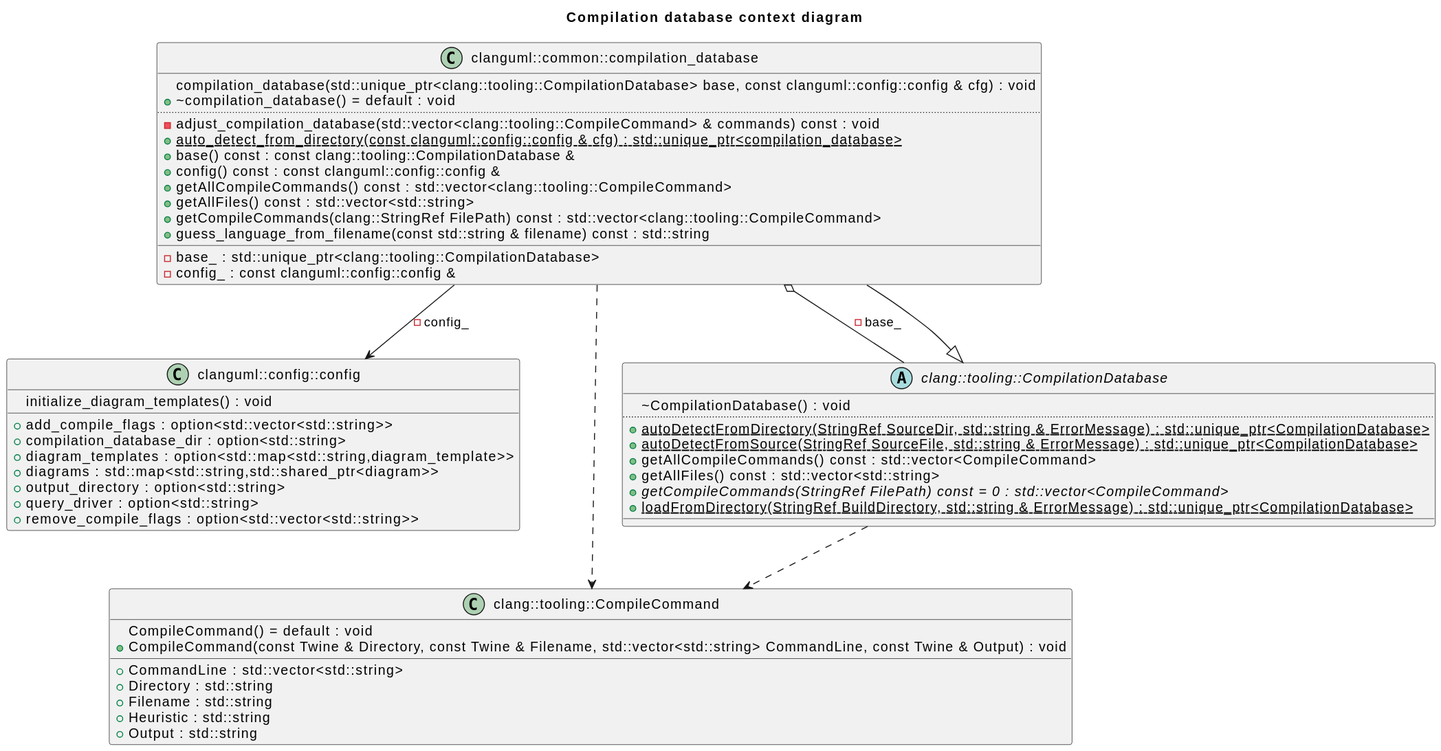
This is clang-uml/diagrams/compilation_database_context_class.svg from bkryza/clang-uml-examples, a PlantUML export, as it was before one commit.
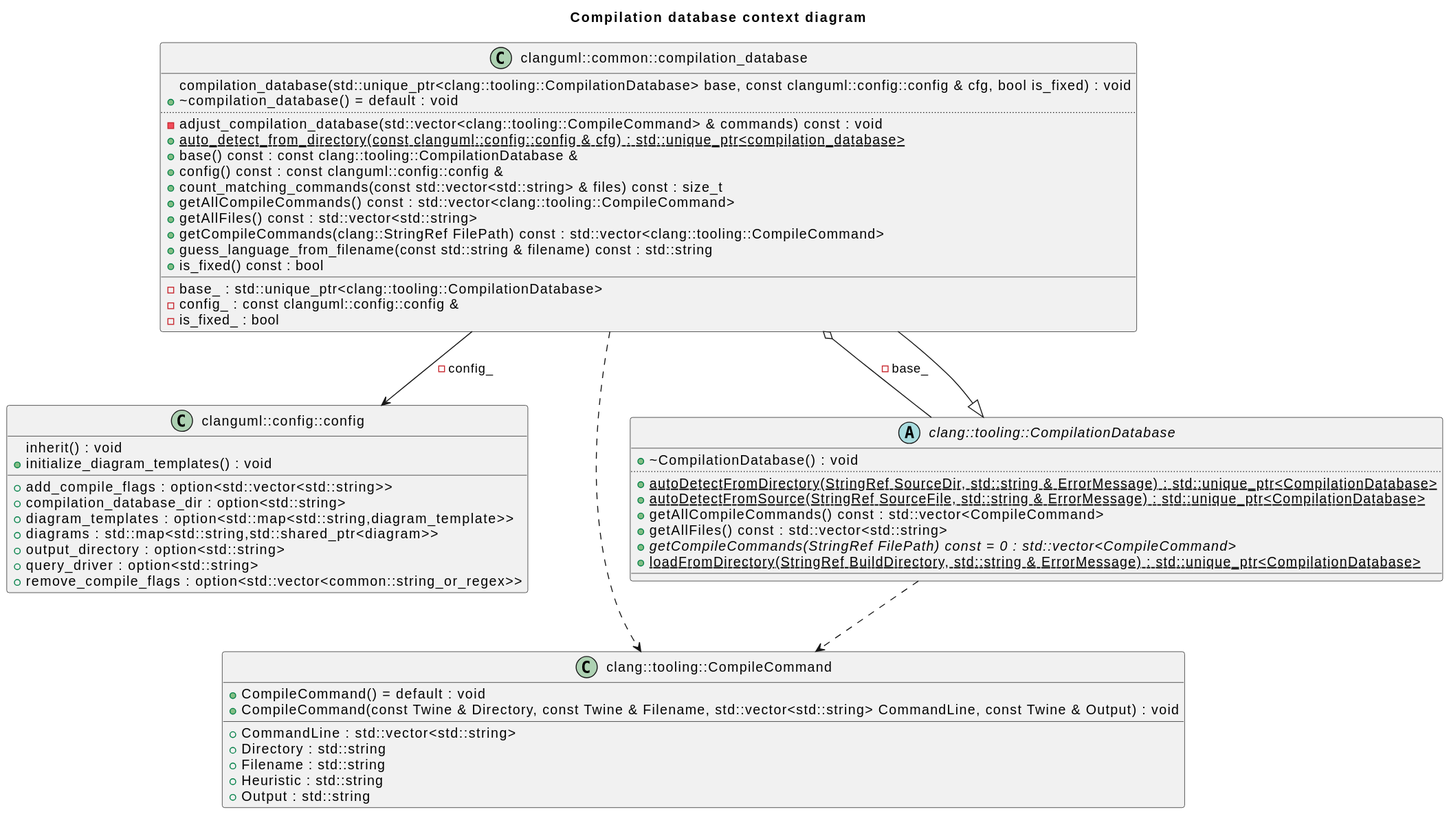
After the change.

Change to the diagram source:
```diff
@@ -1,24 +1,28 @@
 @startuml
 title Compilation database context diagram
-class "clanguml::common::compilation_database" as C_0000597104457503221480
-class C_0000597104457503221480 [[classclanguml_1_1common_1_1compilation__database.html{Custom compilation database class}]] {
-+compilation_database(std::unique_ptr<clang::tooling::CompilationDatabase> base, const clanguml::config::config & cfg) : void [[[{compilation_database}]]]
+class "clanguml::common::compilation_database" as C_0004776835660025771847
+class C_0004776835660025771847 [[classclanguml_1_1common_1_1compilation__database.html{Custom compilation database class}]] {
++compilation_database(std::unique_ptr<clang::tooling::CompilationDatabase> base, const clanguml::config::config & cfg, bool is_fixed) : void [[[{compilation_database}]]]
 +~compilation_database() = default : void [[[{~compilation_database}]]]
 ..
 -adjust_compilation_database(std::vector<clang::tooling::CompileCommand> & commands) const : void [[[{adjust_compilation_database}]]]
 {static} +auto_detect_from_directory(const clanguml::config::config & cfg) : std::unique_ptr<compilation_database> [[[{auto_detect_from_directory}]]]
 +base() const : const clang::tooling::CompilationDatabase & [[[{base}]]]
 +config() const : const clanguml::config::config & [[[{config}]]]
++count_matching_commands(const std::vector<std::string> & files) const : size_t [[[{count_matching_commands}]]]
 +getAllCompileCommands() const : std::vector<clang::tooling::CompileCommand> [[[{getAllCompileCommands}]]]
 +getAllFiles() const : std::vector<std::string> [[[{getAllFiles}]]]
 +getCompileCommands(clang::StringRef FilePath) const : std::vector<clang::tooling::CompileCommand> [[[{getCompileCommands}]]]
 +guess_language_from_filename(const std::string & filename) const : std::string [[[{guess_language_from_filename}]]]
++is_fixed() const : bool [[[{Determines whether this is a fixed or regular compilation  database.}]]]
 __
 -base_ : std::unique_ptr<clang::tooling::CompilationDatabase> [[[{base_}]]]
 -config_ : const clanguml::config::config & [[[{config_}]]]
+-is_fixed_ : bool [[[{is_fixed_}]]]
 }
-class "clanguml::config::config" as C_0000893743909513410599
-class C_0000893743909513410599 [[structclanguml_1_1config_1_1config.html{Represents entire configuration file}]] {
+class "clanguml::config::config" as C_0007149951276107284798
+class C_0007149951276107284798 [[structclanguml_1_1config_1_1config.html{Represents entire configuration file}]] {
++inherit() : void [[[{inherit}]]]
 +initialize_diagram_templates() : void [[[{initialize_diagram_templates}]]]
 __
 +add_compile_flags : option<std::vector<std::string>> [[[{add_compile_flags}]]]
@@ -27,35 +31,35 @@
 +diagrams : std::map<std::string,std::shared_ptr<diagram>> [[[{diagrams}]]]
 +output_directory : option<std::string> [[[{output_directory}]]]
 +query_driver : option<std::string> [[[{query_driver}]]]
-+remove_compile_flags : option<std::vector<std::string>> [[[{remove_compile_flags}]]]
++remove_compile_flags : option<std::vector<common::string_or_regex>> [[[{remove_compile_flags}]]]
 }
-class "clang::tooling::CompileCommand" as C_0001157011696030393919
-class C_0001157011696030393919 [[structclang_1_1tooling_1_1CompileCommand.html{CompileCommand}]] {
-+CompileCommand() = default : void [[[{CompileCommand}]]]
-+CompileCommand(const Twine & Directory, const Twine & Filename, std::vector<std::string> CommandLine, const Twine & Output) : void [[[{CompileCommand}]]]
+class "clang::tooling::CompileCommand" as C_0009256093568243151354
+class C_0009256093568243151354 {
++CompileCommand() = default : void
++CompileCommand(const Twine & Directory, const Twine & Filename, std::vector<std::string> CommandLine, const Twine & Output) : void
 __
-+CommandLine : std::vector<std::string> [[[{CommandLine}]]]
-+Directory : std::string [[[{Directory}]]]
-+Filename : std::string [[[{Filename}]]]
-+Heuristic : std::string [[[{Heuristic}]]]
-+Output : std::string [[[{Output}]]]
++CommandLine : std::vector<std::string>
++Directory : std::string
++Filename : std::string
++Heuristic : std::string
++Output : std::string
 }
-abstract "clang::tooling::CompilationDatabase" as C_0001617832303729071872
-abstract C_0001617832303729071872 [[classclang_1_1tooling_1_1CompilationDatabase.html{CompilationDatabase}]] {
-+~CompilationDatabase() : void [[[{~CompilationDatabase}]]]
+abstract "clang::tooling::CompilationDatabase" as C_0012942658429832574981
+abstract C_0012942658429832574981 {
++~CompilationDatabase() : void
 ..
-{static} +autoDetectFromDirectory(StringRef SourceDir, std::string & ErrorMessage) : std::unique_ptr<CompilationDatabase> [[[{autoDetectFromDirectory}]]]
-{static} +autoDetectFromSource(StringRef SourceFile, std::string & ErrorMessage) : std::unique_ptr<CompilationDatabase> [[[{autoDetectFromSource}]]]
-+getAllCompileCommands() const : std::vector<CompileCommand> [[[{getAllCompileCommands}]]]
-+getAllFiles() const : std::vector<std::string> [[[{getAllFiles}]]]
-{abstract} +getCompileCommands(StringRef FilePath) const = 0 : std::vector<CompileCommand> [[[{getCompileCommands}]]]
-{static} +loadFromDirectory(StringRef BuildDirectory, std::string & ErrorMessage) : std::unique_ptr<CompilationDatabase> [[[{loadFromDirectory}]]]
+{static} +autoDetectFromDirectory(StringRef SourceDir, std::string & ErrorMessage) : std::unique_ptr<CompilationDatabase>
+{static} +autoDetectFromSource(StringRef SourceFile, std::string & ErrorMessage) : std::unique_ptr<CompilationDatabase>
++getAllCompileCommands() const : std::vector<CompileCommand>
++getAllFiles() const : std::vector<std::string>
+{abstract} +getCompileCommands(StringRef FilePath) const = 0 : std::vector<CompileCommand>
+{static} +loadFromDirectory(StringRef BuildDirectory, std::string & ErrorMessage) : std::unique_ptr<CompilationDatabase>
 __
 }
-C_0000597104457503221480 ..> C_0001157011696030393919
-C_0000597104457503221480 o-- C_0001617832303729071872 : -base_
-C_0000597104457503221480 --> C_0000893743909513410599 : -config_
-C_0001617832303729071872 <|-- C_0000597104457503221480
-C_0001617832303729071872 ..> C_0001157011696030393919
+C_0004776835660025771847 ..> C_0009256093568243151354 [[{}]]
+C_0004776835660025771847 o-- C_0012942658429832574981 [[{base_}]] : -base_
+C_0004776835660025771847 --> C_0007149951276107284798 [[{config_}]] : -config_
+C_0012942658429832574981 <|-- C_0004776835660025771847
+C_0012942658429832574981 ..> C_0009256093568243151354
 
 @enduml
```
